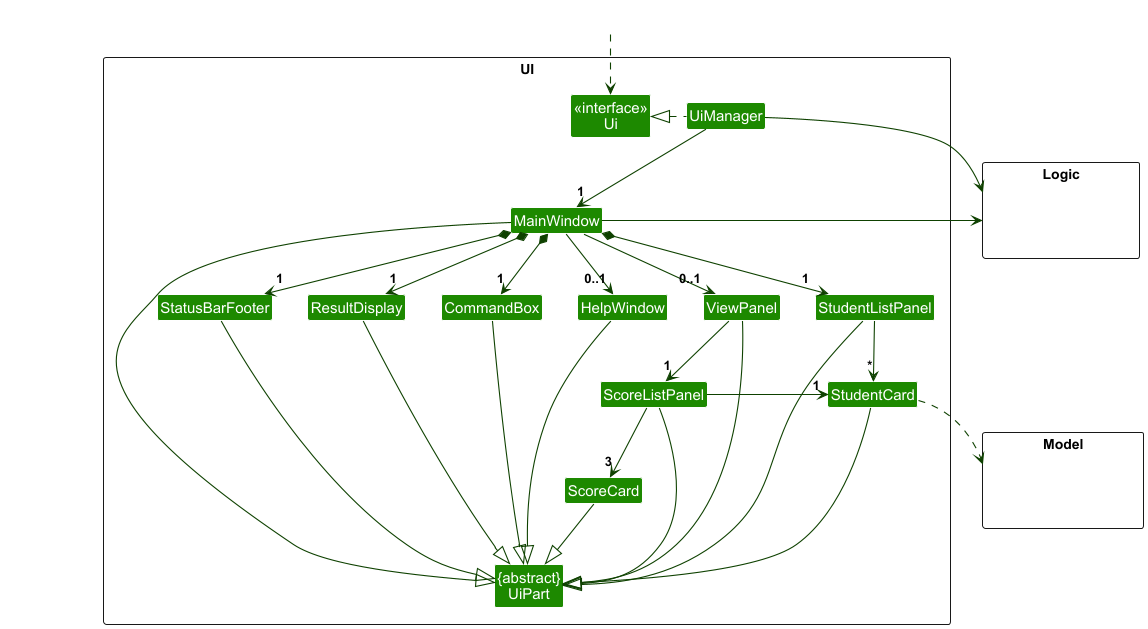
kailermai/tp keeps this PlantUML diagram as docs/images/UiClassDiagram.png. Above is the earlier version.
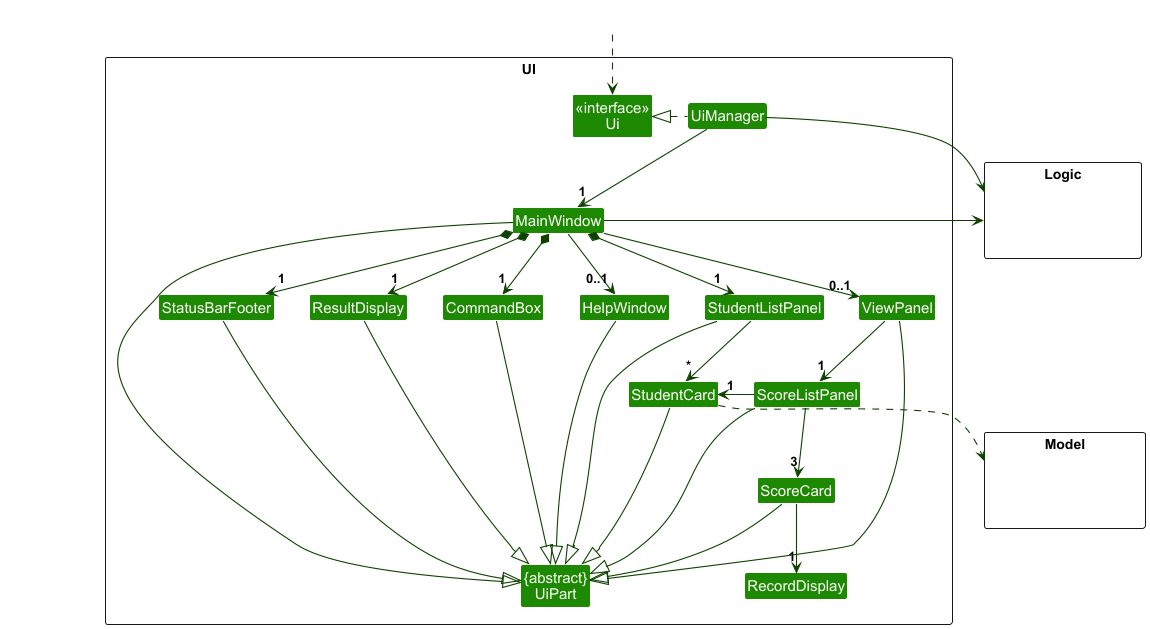
After the commit.

The edit, as a diff of the source:
```diff
@@ -18,6 +18,7 @@
 Class ViewPanel
 Class ScoreListPanel
 Class ScoreCard
+Class RecordDisplay
 }
 
 package Model <<Rectangle>> {
@@ -44,8 +45,9 @@
 
 ViewPanel -down-> "1" ScoreListPanel
 
-ScoreListPanel -right-> "1" StudentCard
+ScoreListPanel -left-> "1" StudentCard
 ScoreListPanel -down-> "3" ScoreCard
+ScoreCard -down-> "1" RecordDisplay
 
 MainWindow -left-|> UiPart
 
```
